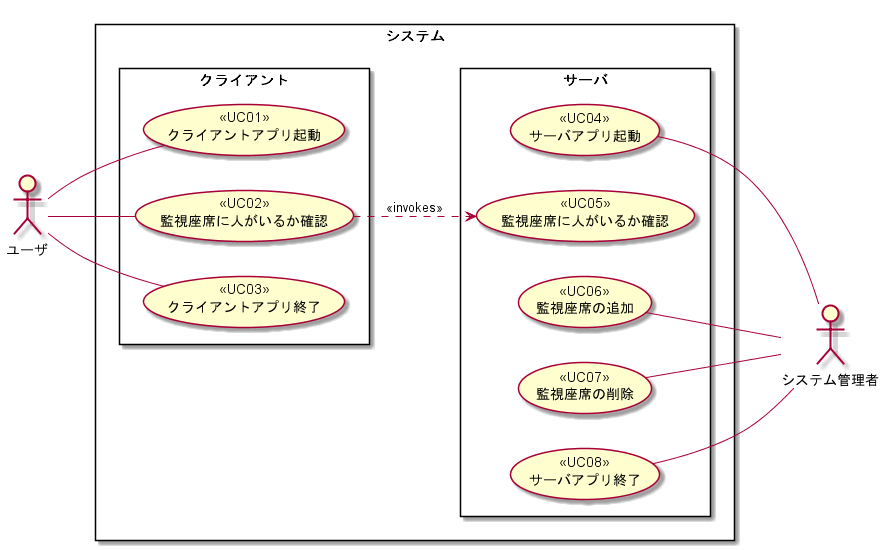
This is doc/基本設計/機能仕様書/構成図/ユースケース図.png from KeisukeSugita/Seat-monitoring-system, a PlantUML export, as it was before one commit. Source of this version:
```plantuml
@startuml ユースケース図
left to right direction
actor ユーザ
actor システム管理者

rectangle システム {
	rectangle クライアント {
		ユーザ -- (<<UC01>> \n クライアントアプリ起動)
		ユーザ -- (<<UC02>> \n 監視座席に人がいるか確認)
		ユーザ -- (<<UC03>> \n クライアントアプリ終了)
	}

	rectangle サーバ {
		(<<UC04>> \n サーバアプリ起動) -- システム管理者
		(<<UC02>> \n 監視座席に人がいるか確認) ..> (<<UC05>> \n 監視座席に人がいるか確認) : <<invokes>>
		(<<UC06>> \n 監視座席の追加) -- システム管理者
		(<<UC07>> \n 監視座席の削除) -- システム管理者
		(<<UC08>> \n サーバアプリ終了) -- システム管理者
	}
}
@enduml
```
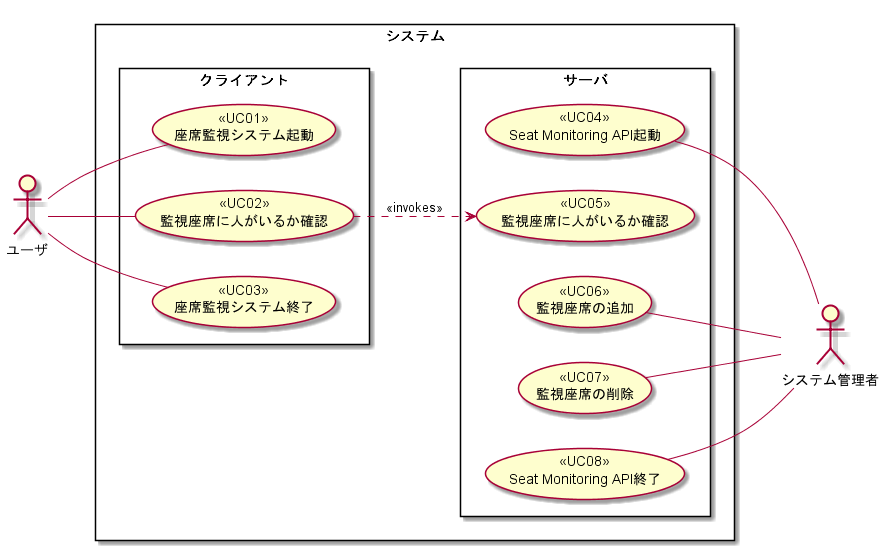
Later version of the same file.

Diff of the diagram source:
```diff
@@ -5,17 +5,17 @@
 
 rectangle システム {
 	rectangle クライアント {
-		ユーザ -- (<<UC01>> \n クライアントアプリ起動)
+		ユーザ -- (<<UC01>> \n 座席監視システム起動)
 		ユーザ -- (<<UC02>> \n 監視座席に人がいるか確認)
-		ユーザ -- (<<UC03>> \n クライアントアプリ終了)
+		ユーザ -- (<<UC03>> \n 座席監視システム終了)
 	}
 
 	rectangle サーバ {
-		(<<UC04>> \n サーバアプリ起動) -- システム管理者
+		(<<UC04>> \n Seat Monitoring API起動) -- システム管理者
 		(<<UC02>> \n 監視座席に人がいるか確認) ..> (<<UC05>> \n 監視座席に人がいるか確認) : <<invokes>>
 		(<<UC06>> \n 監視座席の追加) -- システム管理者
 		(<<UC07>> \n 監視座席の削除) -- システム管理者
-		(<<UC08>> \n サーバアプリ終了) -- システム管理者
+		(<<UC08>> \n Seat Monitoring API終了) -- システム管理者
 	}
 }
 @enduml
```
